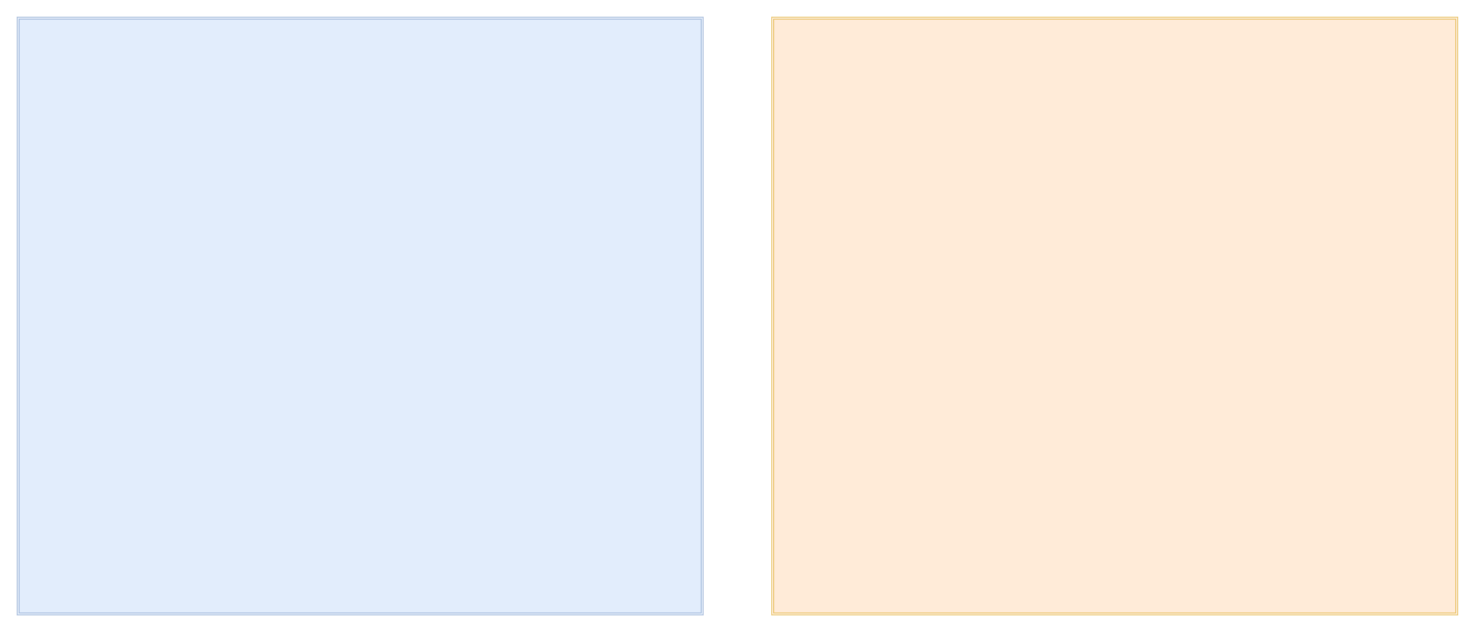
Earlier version of the draw.io diagram leyan/推荐系统2.drawio (GeekKwok/UML). Source tidied: cells renumbered, new cells numbered last; positions are measured from the earlier drawing's top-left corner, leaving out a move shared by most shapes. Both pictures are drawn from the tidied source at 98%, with x=0, y=0 at pixel (17, 17).
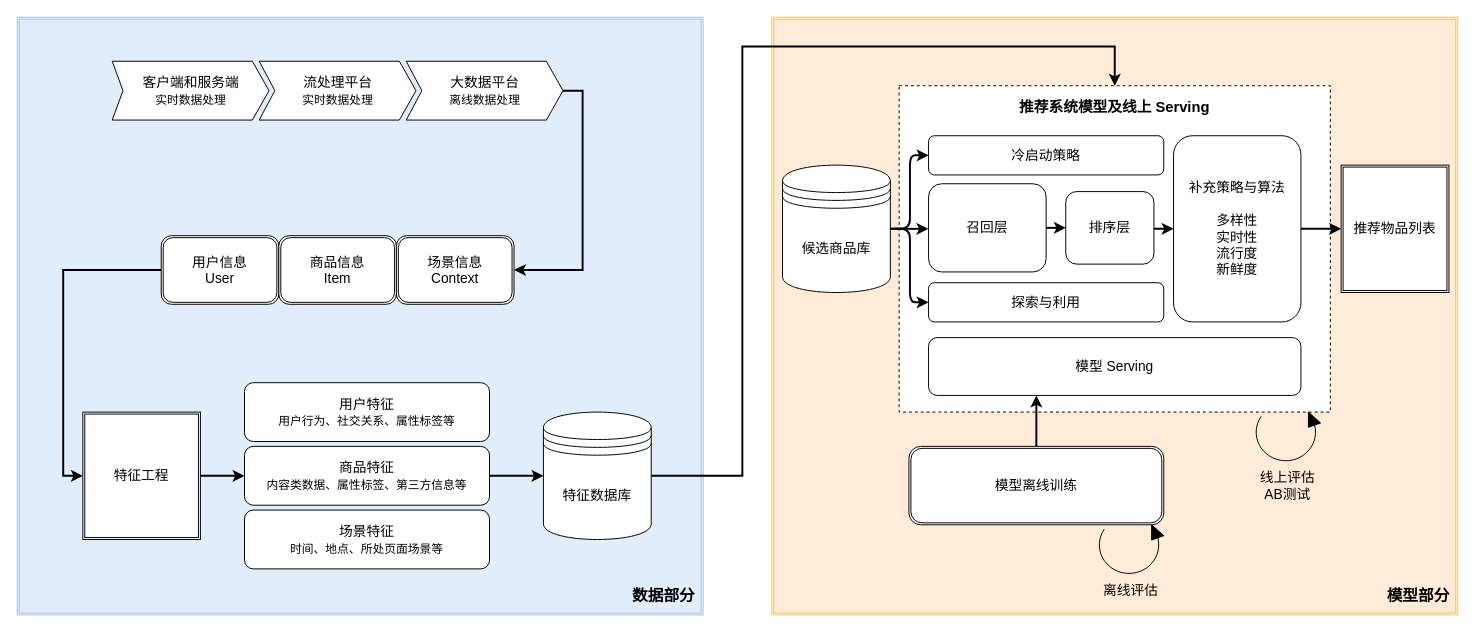
After the change.

Diff of the diagram source:
```diff
@@
+    <mxCell id="4" value="&lt;span style=&quot;font-size: 14px ; background-color: rgb(255 , 255 , 255)&quot;&gt;客户端和服务端&lt;/span&gt;&lt;br style=&quot;font-size: 14px&quot;&gt;&lt;span style=&quot;background-color: rgb(255 , 255 , 255)&quot;&gt;&lt;font style=&quot;font-size: 12px&quot;&gt;实时数据处理&lt;/font&gt;&lt;/span&gt;" style="html=1;shape=mxgraph.infographic.ribbonSimple;notch1=11;notch2=17;align=center;verticalAlign=middle;fontSize=14;fontStyle=0;fillColor=#FFFFFF;shadow=0;labelBackgroundColor=none;" parent="1" vertex="1">
+      <mxGeometry x="97" y="45" width="160" height="60" as="geometry" />
+    </mxCell>
+    <mxCell id="5" value="&lt;span style=&quot;font-size: 14px ; background-color: rgb(255 , 255 , 255)&quot;&gt;流处理平台&lt;/span&gt;&lt;br style=&quot;font-size: 14px&quot;&gt;&lt;span style=&quot;background-color: rgb(255 , 255 , 255)&quot;&gt;&lt;font style=&quot;font-size: 12px&quot;&gt;实时数据处理&lt;/font&gt;&lt;/span&gt;" style="html=1;shape=mxgraph.infographic.ribbonSimple;notch1=16;notch2=17;align=center;verticalAlign=middle;fontSize=14;fontStyle=0;fillColor=#FFFFFF;shadow=0;labelBackgroundColor=none;" parent="1" vertex="1">
+      <mxGeometry x="247" y="45" width="160" height="60" as="geometry" />
+    </mxCell>
+    <mxCell id="6" style="edgeStyle=orthogonalEdgeStyle;rounded=0;jettySize=auto;html=1;exitX=1;exitY=0.5;exitDx=0;exitDy=0;exitPerimeter=0;entryX=1;entryY=0.5;entryDx=0;entryDy=0;fontSize=14;strokeWidth=2;" parent="1" edge="1" source="7" target="11">
+      <mxGeometry relative="1" as="geometry" />
+    </mxCell>
+    <mxCell id="7" value="&lt;span style=&quot;background-color: rgb(255 , 255 , 255)&quot;&gt;大数据平台&lt;/span&gt;&lt;br style=&quot;font-size: 14px&quot;&gt;&lt;span style=&quot;background-color: rgb(255 , 255 , 255)&quot;&gt;&lt;font style=&quot;font-size: 12px&quot;&gt;离线数据处理&lt;/font&gt;&lt;/span&gt;" style="html=1;shape=mxgraph.infographic.ribbonSimple;notch1=16;notch2=17;align=center;verticalAlign=middle;fontSize=14;fontStyle=0;fillColor=#FFFFFF;shadow=0;labelBackgroundColor=none;" parent="1" vertex="1">
+      <mxGeometry x="397" y="45" width="160" height="60" as="geometry" />
+    </mxCell>
+    <mxCell id="8" style="edgeStyle=orthogonalEdgeStyle;rounded=0;jettySize=auto;html=1;exitX=0;exitY=0.5;exitDx=0;exitDy=0;entryX=0;entryY=0.5;entryDx=0;entryDy=0;fontSize=14;strokeWidth=2;" parent="1" edge="1" source="9" target="13">
+      <mxGeometry relative="1" as="geometry" />
+    </mxCell>
+    <mxCell id="9" value="用户信息&lt;br&gt;User" style="shape=ext;double=1;rounded=1;whiteSpace=wrap;html=1;shadow=0;labelBackgroundColor=none;fontSize=14;" parent="1" vertex="1">
+      <mxGeometry x="147" y="223" width="120" height="70" as="geometry" />
+    </mxCell>
+    <mxCell id="10" value="商品信息&lt;br&gt;Item" style="shape=ext;double=1;rounded=1;whiteSpace=wrap;html=1;shadow=0;labelBackgroundColor=none;fontSize=14;" parent="1" vertex="1">
+      <mxGeometry x="267" y="223" width="120" height="70" as="geometry" />
+    </mxCell>
+    <mxCell id="11" value="场景信息&lt;br&gt;Context" style="shape=ext;double=1;rounded=1;whiteSpace=wrap;html=1;shadow=0;labelBackgroundColor=none;fontSize=14;" parent="1" vertex="1">
+      <mxGeometry x="387" y="223" width="120" height="70" as="geometry" />
+    </mxCell>
+    <mxCell id="12" style="edgeStyle=orthogonalEdgeStyle;rounded=0;jettySize=auto;html=1;exitX=1;exitY=0.5;exitDx=0;exitDy=0;entryX=0;entryY=0.5;entryDx=0;entryDy=0;fontSize=14;strokeWidth=2;" parent="1" edge="1" source="13" target="18">
+      <mxGeometry relative="1" as="geometry" />
+    </mxCell>
+    <mxCell id="13" value="特征工程" style="shape=ext;double=1;rounded=0;whiteSpace=wrap;html=1;shadow=0;labelBackgroundColor=none;fontSize=14;" parent="1" vertex="1">
+      <mxGeometry x="67" y="403" width="120" height="130" as="geometry" />
+    </mxCell>
+    <mxCell id="14" style="edgeStyle=orthogonalEdgeStyle;rounded=0;jettySize=auto;html=1;exitX=1;exitY=0.5;exitDx=0;exitDy=0;entryX=0.5;entryY=0;entryDx=0;entryDy=0;fontSize=14;strokeWidth=2;" parent="1" edge="1" source="15" target="20">
+      <mxGeometry relative="1" as="geometry">
+        <Array as="points">
+          <mxPoint x="740" y="468" />
+          <mxPoint x="740" y="30" />
+          <mxPoint x="1120" y="30" />
+        </Array>
+      </mxGeometry>
+    </mxCell>
+    <mxCell id="15" value="特征数据库" style="shape=datastore;whiteSpace=wrap;html=1;shadow=0;labelBackgroundColor=none;fontSize=14;" parent="1" vertex="1">
+      <mxGeometry x="537" y="403" width="110" height="130" as="geometry" />
+    </mxCell>
+    <mxCell id="16" value="用户特征&lt;br&gt;&lt;font style=&quot;font-size: 12px&quot;&gt;用户行为、社交关系、属性标签等&lt;/font&gt;" style="rounded=1;whiteSpace=wrap;html=1;shadow=0;labelBackgroundColor=none;fontSize=14;" parent="1" vertex="1">
+      <mxGeometry x="232" y="373" width="250" height="60" as="geometry" />
+    </mxCell>
+    <mxCell id="17" style="edgeStyle=orthogonalEdgeStyle;rounded=0;jettySize=auto;html=1;exitX=1;exitY=0.5;exitDx=0;exitDy=0;entryX=0;entryY=0.5;entryDx=0;entryDy=0;fontSize=14;strokeWidth=2;" parent="1" edge="1" source="18" target="15">
+      <mxGeometry relative="1" as="geometry" />
+    </mxCell>
+    <mxCell id="18" value="商品特征&lt;br&gt;&lt;font style=&quot;font-size: 12px&quot;&gt;内容类数据、属性标签、第三方信息等&lt;/font&gt;" style="rounded=1;whiteSpace=wrap;html=1;shadow=0;labelBackgroundColor=none;fontSize=14;" parent="1" vertex="1">
+      <mxGeometry x="232" y="438" width="250" height="60" as="geometry" />
+    </mxCell>
+    <mxCell id="19" value="场景特征&lt;br&gt;&lt;font style=&quot;font-size: 12px&quot;&gt;时间、地点、所处页面场景等&lt;/font&gt;" style="rounded=1;whiteSpace=wrap;html=1;shadow=0;labelBackgroundColor=none;fontSize=14;" parent="1" vertex="1">
+      <mxGeometry x="232" y="503" width="250" height="60" as="geometry" />
+    </mxCell>
+    <mxCell id="20" style="rounded=0;whiteSpace=wrap;html=1;shadow=0;labelBackgroundColor=none;fontSize=14;dashed=1;" parent="1" vertex="1">
+      <mxGeometry x="900" y="70" width="440" height="333" as="geometry" />
+    </mxCell>
+    <mxCell id="21" style="edgeStyle=orthogonalEdgeStyle;rounded=0;jettySize=auto;html=1;exitX=1;exitY=0.5;exitDx=0;exitDy=0;entryX=-0.002;entryY=0.508;entryDx=0;entryDy=0;fontSize=14;strokeWidth=2;entryPerimeter=0;" parent="1" edge="1" target="34">
+      <mxGeometry relative="1" as="geometry">
+        <mxPoint x="896" y="216" as="sourcePoint" />
+      </mxGeometry>
+    </mxCell>
+    <mxCell id="22" style="edgeStyle=orthogonalEdgeStyle;rounded=1;jettySize=auto;html=1;exitX=1;exitY=0.5;exitDx=0;exitDy=0;entryX=0;entryY=0.5;entryDx=0;entryDy=0;fontSize=14;strokeWidth=2;" parent="1" edge="1" source="24" target="26">
+      <mxGeometry relative="1" as="geometry" />
+    </mxCell>
+    <mxCell id="23" style="edgeStyle=orthogonalEdgeStyle;rounded=1;jettySize=auto;html=1;exitX=1;exitY=0.5;exitDx=0;exitDy=0;fontSize=14;strokeWidth=2;" parent="1" edge="1" source="24" target="27">
+      <mxGeometry relative="1" as="geometry" />
+    </mxCell>
+    <mxCell id="24" value="候选商品库" style="shape=datastore;whiteSpace=wrap;html=1;shadow=0;labelBackgroundColor=none;fontSize=14;" parent="1" vertex="1">
+      <mxGeometry x="781" y="151" width="110" height="130" as="geometry" />
+    </mxCell>
+    <mxCell id="25" value="推荐物品列表" style="shape=ext;double=1;rounded=0;whiteSpace=wrap;html=1;shadow=0;labelBackgroundColor=none;fontSize=14;" parent="1" vertex="1">
+      <mxGeometry x="1351" y="151" width="110" height="130" as="geometry" />
+    </mxCell>
+    <mxCell id="26" value="冷启动策略" style="rounded=1;whiteSpace=wrap;html=1;shadow=0;labelBackgroundColor=none;fontSize=14;" parent="1" vertex="1">
+      <mxGeometry x="930" y="121" width="240" height="40" as="geometry" />
+    </mxCell>
+    <mxCell id="27" value="探索与利用" style="rounded=1;whiteSpace=wrap;html=1;shadow=0;labelBackgroundColor=none;fontSize=14;" parent="1" vertex="1">
+      <mxGeometry x="930" y="271" width="240" height="40" as="geometry" />
+    </mxCell>
+    <mxCell id="28" style="edgeStyle=orthogonalEdgeStyle;rounded=0;jettySize=auto;html=1;exitX=0.5;exitY=0;exitDx=0;exitDy=0;fontSize=15;strokeWidth=2;" parent="1" edge="1" source="29" target="30">
+      <mxGeometry relative="1" as="geometry">
+        <Array as="points">
+          <mxPoint x="1040" y="400" />
+          <mxPoint x="1040" y="400" />
+        </Array>
+      </mxGeometry>
+    </mxCell>
+    <mxCell id="29" value="模型离线训练" style="shape=ext;double=1;rounded=1;whiteSpace=wrap;html=1;shadow=0;labelBackgroundColor=none;fontSize=14;" parent="1" vertex="1">
+      <mxGeometry x="910" y="438" width="260" height="80" as="geometry" />
+    </mxCell>
+    <mxCell id="30" value="模型 Serving" style="rounded=1;whiteSpace=wrap;html=1;shadow=0;labelBackgroundColor=none;fontSize=14;" parent="1" vertex="1">
+      <mxGeometry x="930" y="327" width="380" height="59" as="geometry" />
+    </mxCell>
+    <mxCell id="31" style="edgeStyle=orthogonalEdgeStyle;rounded=0;jettySize=auto;html=1;exitX=1;exitY=0.5;exitDx=0;exitDy=0;entryX=0;entryY=0.5;entryDx=0;entryDy=0;fontSize=14;strokeWidth=2;" parent="1" edge="1" source="32" target="25">
+      <mxGeometry relative="1" as="geometry" />
+    </mxCell>
+    <mxCell id="32" value="补充策略与算法&lt;br&gt;&lt;br&gt;多样性&lt;br&gt;实时性&lt;br&gt;流行度&lt;br&gt;新鲜度" style="rounded=1;whiteSpace=wrap;html=1;shadow=0;labelBackgroundColor=none;fontSize=14;" parent="1" vertex="1">
+      <mxGeometry x="1180" y="121" width="130" height="190" as="geometry" />
+    </mxCell>
+    <mxCell id="33" style="edgeStyle=orthogonalEdgeStyle;rounded=0;jettySize=auto;html=1;exitX=1;exitY=0.5;exitDx=0;exitDy=0;entryX=0;entryY=0.5;entryDx=0;entryDy=0;fontSize=14;strokeWidth=2;" parent="1" edge="1" source="34" target="36">
+      <mxGeometry relative="1" as="geometry" />
+    </mxCell>
+    <mxCell id="34" value="召回层" style="rounded=1;whiteSpace=wrap;html=1;shadow=0;labelBackgroundColor=none;fontSize=14;" parent="1" vertex="1">
+      <mxGeometry x="930" y="170" width="120" height="90" as="geometry" />
+    </mxCell>
+    <mxCell id="35" style="edgeStyle=orthogonalEdgeStyle;rounded=0;jettySize=auto;html=1;exitX=1;exitY=0.5;exitDx=0;exitDy=0;entryX=0;entryY=0.5;entryDx=0;entryDy=0;fontSize=14;strokeWidth=2;" parent="1" edge="1" source="36" target="32">
+      <mxGeometry relative="1" as="geometry">
+        <Array as="points">
+          <mxPoint x="1160" y="216" />
+        </Array>
+      </mxGeometry>
+    </mxCell>
+    <mxCell id="36" value="排序层" style="rounded=1;whiteSpace=wrap;html=1;shadow=0;labelBackgroundColor=none;fontSize=14;" parent="1" vertex="1">
+      <mxGeometry x="1070" y="178" width="90" height="74" as="geometry" />
+    </mxCell>
+    <mxCell id="37" value="推荐系统模型及线上 Serving" style="text;html=1;strokeColor=none;fillColor=none;align=center;verticalAlign=middle;whiteSpace=wrap;rounded=0;shadow=0;labelBackgroundColor=none;fontSize=15;fontStyle=1;" parent="1" vertex="1">
+      <mxGeometry x="930" y="78" width="380" height="25" as="geometry" />
+    </mxCell>
+    <mxCell id="38" value="离线评估" style="verticalLabelPosition=bottom;shadow=0;dashed=0;align=center;html=1;verticalAlign=top;shape=mxgraph.electrical.rot_mech.verticalLabelPosition=bottom;shadow=0;dashed=0;align=center;fillColor=strokeColor;html=1;verticalAlign=top;strokeWidth=1;shape=mxgraph.electrical.rot_mech.rotation;labelBackgroundColor=none;fontSize=14;" parent="1" vertex="1">
+      <mxGeometry x="1101" y="518" width="69" height="52" as="geometry" />
+    </mxCell>
+    <mxCell id="39" value="线上评估&lt;br style=&quot;font-size: 14px;&quot;&gt;AB测试" style="verticalLabelPosition=bottom;shadow=0;dashed=0;align=center;html=1;verticalAlign=top;shape=mxgraph.electrical.rot_mech.verticalLabelPosition=bottom;shadow=0;dashed=0;align=center;fillColor=strokeColor;html=1;verticalAlign=top;strokeWidth=1;shape=mxgraph.electrical.rot_mech.rotation;labelBackgroundColor=none;fontSize=14;" parent="1" vertex="1">
+      <mxGeometry x="1261" y="403" width="69" height="52" as="geometry" />
+    </mxCell>
+    <mxCell id="40" value="&lt;font style=&quot;font-size: 16px&quot;&gt;&lt;b&gt;数据部分&lt;/b&gt;&lt;/font&gt;" style="text;html=1;strokeColor=none;fillColor=none;align=center;verticalAlign=middle;whiteSpace=wrap;rounded=0;shadow=0;labelBackgroundColor=none;fontSize=14;" parent="1" vertex="1">
+      <mxGeometry x="620" y="570" width="80" height="40" as="geometry" />
+    </mxCell>
+    <mxCell id="41" value="&lt;font style=&quot;font-size: 16px&quot;&gt;&lt;b&gt;模型部分&lt;/b&gt;&lt;/font&gt;" style="text;html=1;strokeColor=none;fillColor=none;align=center;verticalAlign=middle;whiteSpace=wrap;rounded=0;shadow=0;labelBackgroundColor=none;fontSize=14;" parent="1" vertex="1">
+      <mxGeometry x="1390" y="570" width="80" height="40" as="geometry" />
+    </mxCell>
```
